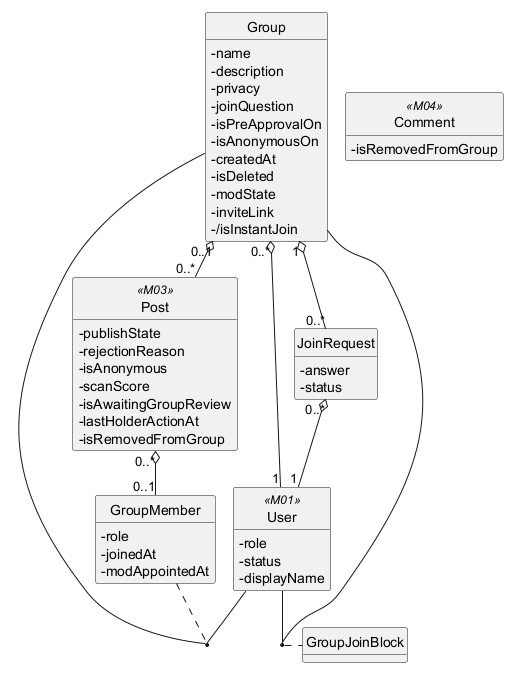
Before: .agents/.claude/system_analysis/output/data-model/ec/diagrams/EC-M11.png, a diagram exported from PlantUML (ducsiukap/iShare).
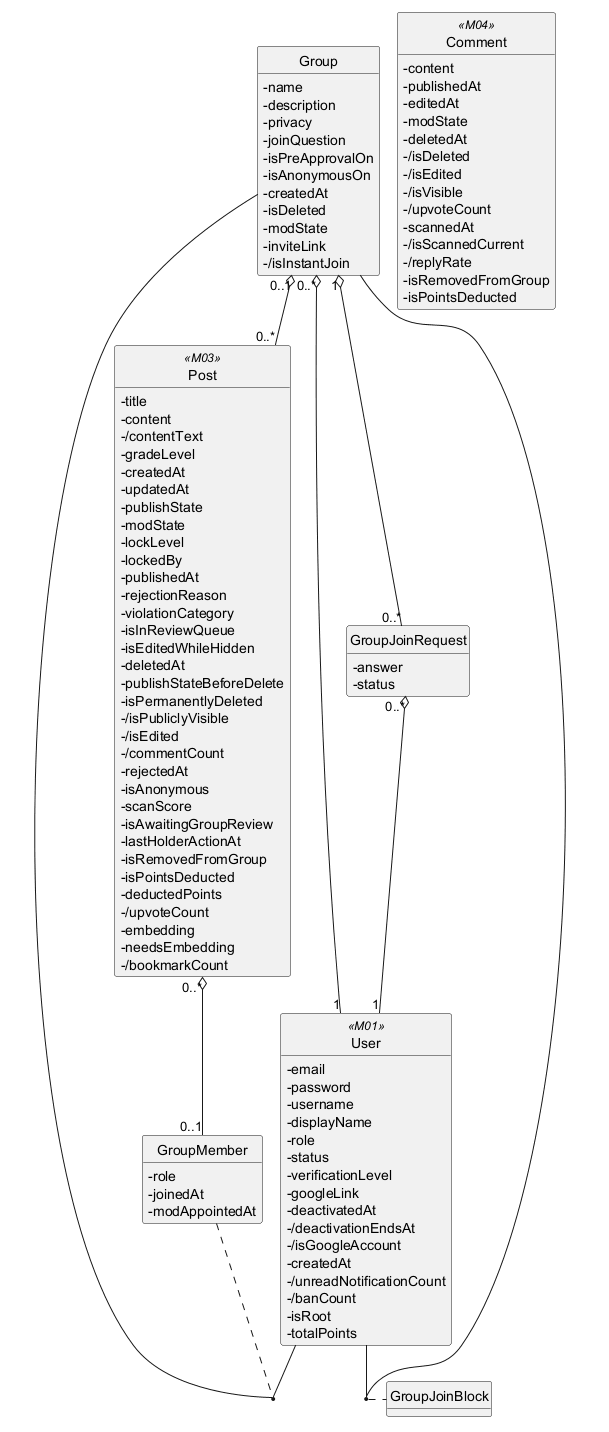
After the commit.

The edit, as a diff of the source:
```diff
@@ -22,35 +22,87 @@
   -joinedAt
   -modAppointedAt
 }
-class JoinRequest {
+class GroupJoinRequest {
   -answer
   -status
 }
 class GroupJoinBlock {
 }
 class User <<M01>> {
+  -email
+  -password
+  -username
+  -displayName
   -role
   -status
-  -displayName
+  -verificationLevel
+  -googleLink
+  -deactivatedAt
+  -/deactivationEndsAt
+  -/isGoogleAccount
+  -createdAt
+  -/unreadNotificationCount
+  -/banCount
+  -isRoot
+  -totalPoints
 }
 class Post <<M03>> {
+  -title
+  -content
+  -/contentText
+  -gradeLevel
+  -createdAt
+  -updatedAt
   -publishState
+  -modState
+  -lockLevel
+  -lockedBy
+  -publishedAt
   -rejectionReason
+  -violationCategory
+  -isInReviewQueue
+  -isEditedWhileHidden
+  -deletedAt
+  -publishStateBeforeDelete
+  -isPermanentlyDeleted
+  -/isPubliclyVisible
+  -/isEdited
+  -/commentCount
+  -rejectedAt
   -isAnonymous
   -scanScore
   -isAwaitingGroupReview
   -lastHolderActionAt
   -isRemovedFromGroup
+  -isPointsDeducted
+  -deductedPoints
+  -/upvoteCount
+  -embedding
+  -needsEmbedding
+  -/bookmarkCount
 }
 class Comment <<M04>> {
+  -content
+  -publishedAt
+  -editedAt
+  -modState
+  -deletedAt
+  -/isDeleted
+  -/isEdited
+  -/isVisible
+  -/upvoteCount
+  -scannedAt
+  -/isScannedCurrent
+  -/replyRate
   -isRemovedFromGroup
+  -isPointsDeducted
 }
 
 (User, Group) .. GroupMember
 (User, Group) .. GroupJoinBlock
 Group "0..*" o-- "1" User
-JoinRequest "0..*" o-- "1" User
-Group "1" o-- "0..*" JoinRequest
+GroupJoinRequest "0..*" o-- "1" User
+Group "1" o-- "0..*" GroupJoinRequest
 Group "0..1" o-- "0..*" Post
 Post "0..*" o-- "0..1" GroupMember
 
```
